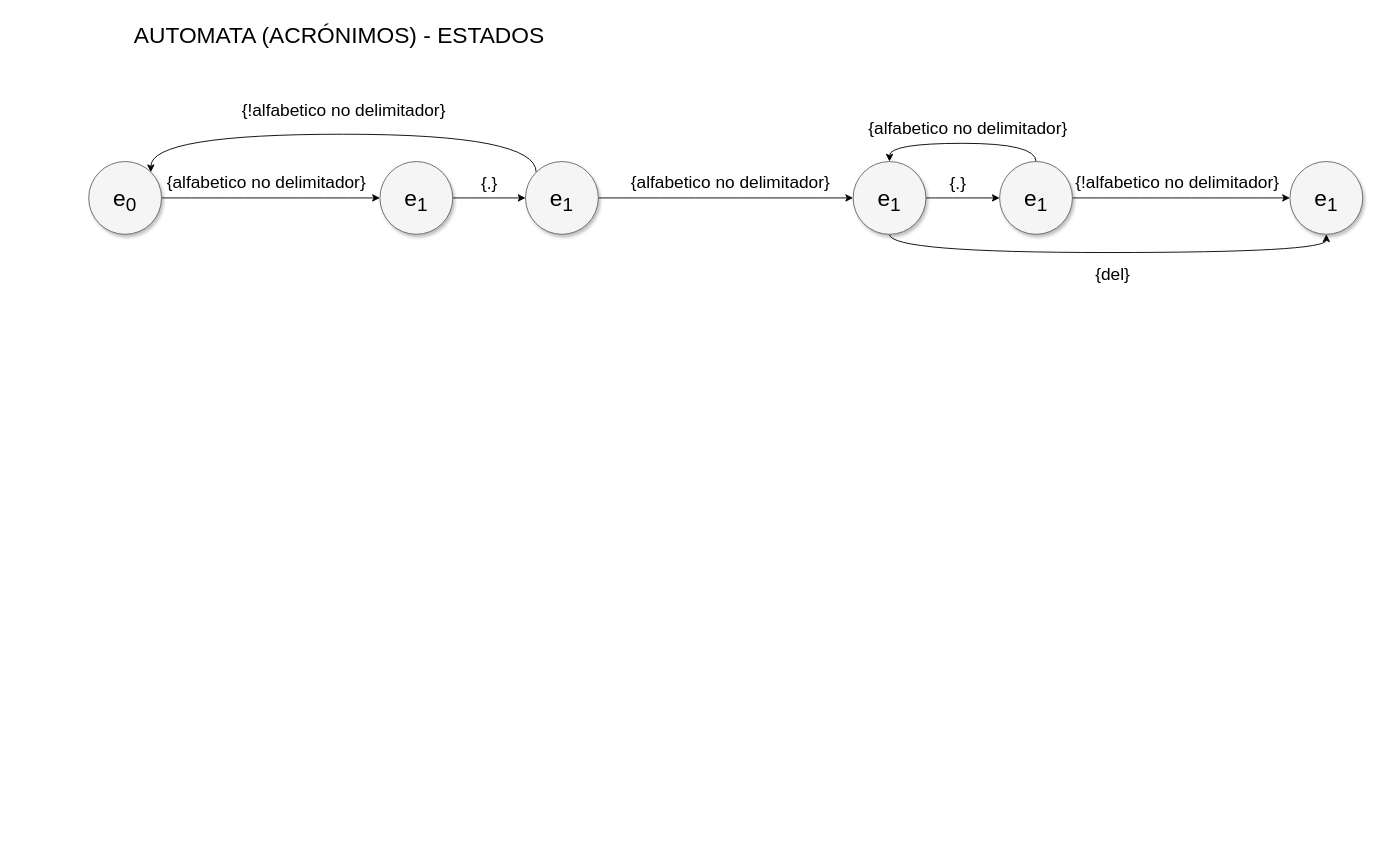
This is page "Acrónimo" (5 of 7) of DiagramaAutomata.drawio from ander-db/Tokenizer, a draw.io file, before an edit. Source tidied: cells renumbered, new cells numbered last; positions are measured from the earlier drawing's top-left corner, leaving out a move shared by most shapes. Both pictures are drawn from the tidied source at 91%, with x=0, y=0 at pixel (88, 15).
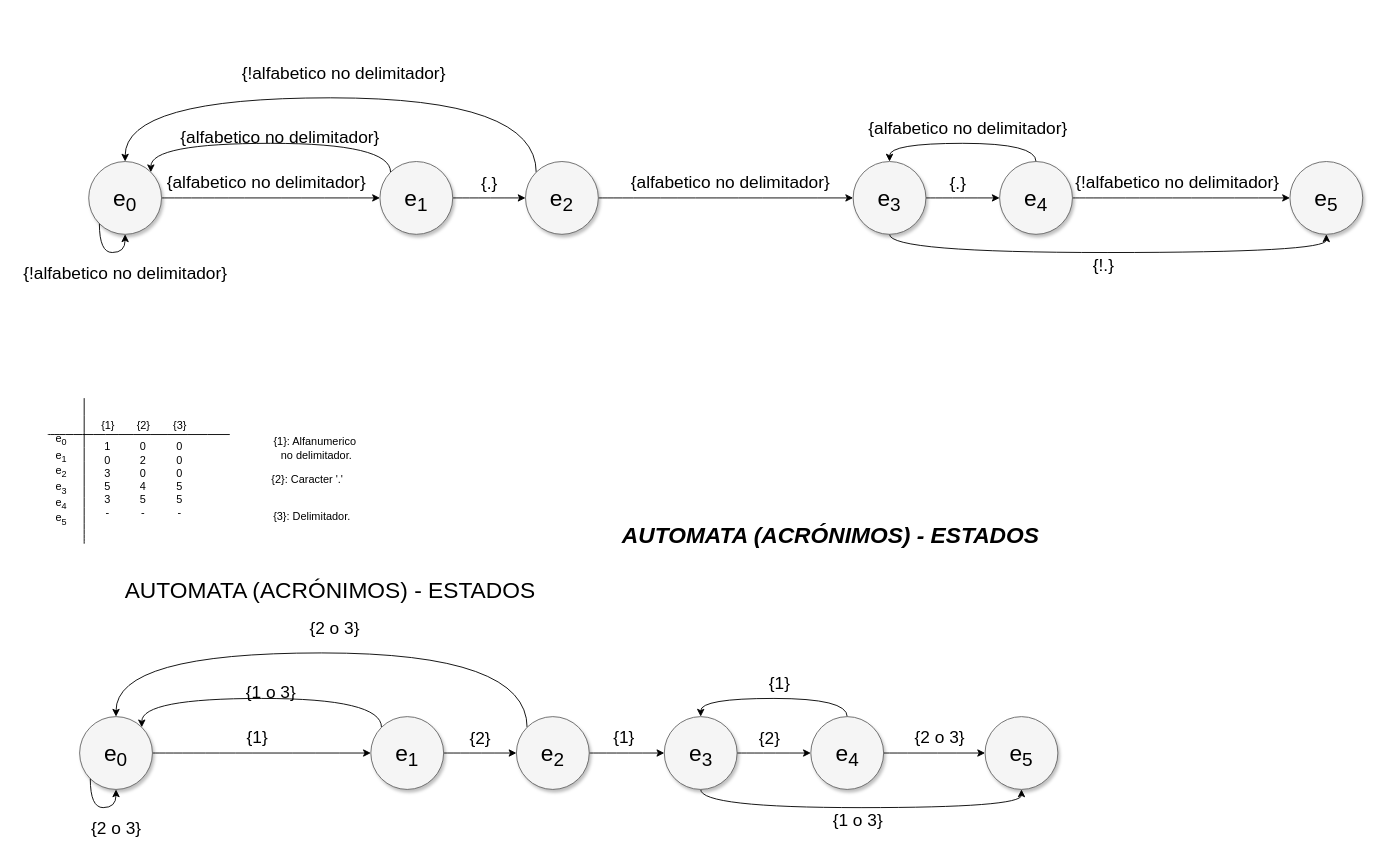
After the change.

Unchanged cells that the change refers to:
```xml
<mxCell id="4" value="&lt;span style=&quot;font-size: 25px&quot;&gt;e&lt;sub&gt;0&lt;/sub&gt;&lt;/span&gt;" style="ellipse;whiteSpace=wrap;html=1;rounded=0;shadow=1;strokeColor=#666666;strokeWidth=1;fontSize=30;align=center;fillColor=#f5f5f5;" parent="1" vertex="1">
  <mxGeometry y="160" width="80" height="80" as="geometry" />
</mxCell>
<mxCell id="6" value="&lt;span style=&quot;font-size: 25px&quot;&gt;e&lt;sub&gt;1&lt;/sub&gt;&lt;/span&gt;" style="ellipse;whiteSpace=wrap;html=1;rounded=0;shadow=1;strokeColor=#666666;strokeWidth=1;fontSize=30;align=center;fillColor=#f5f5f5;" parent="1" vertex="1">
  <mxGeometry x="320" y="160" width="80" height="80" as="geometry" />
</mxCell>
```

Change to the diagram source:
```diff
@@
-    <mxCell id="2" value="AUTOMATA (ACRÓNIMOS) - ESTADOS" style="text;html=1;align=center;verticalAlign=middle;strokeColor=none;fillColor=none;fontSize=25;" parent="1" vertex="1">
-      <mxGeometry x="40" width="470" height="40" as="geometry" />
+    <mxCell id="2" value="&lt;b&gt;&lt;i&gt;AUTOMATA (ACRÓNIMOS) - ESTADOS&lt;/i&gt;&lt;/b&gt;" style="text;html=1;align=center;verticalAlign=middle;strokeColor=none;fillColor=none;fontSize=25;" parent="1" vertex="1">
+      <mxGeometry x="580" y="550" width="470" height="40" as="geometry" />
     </mxCell>
@@
+    <mxCell id="25" style="edgeStyle=orthogonalEdgeStyle;rounded=0;jettySize=auto;html=1;exitX=0;exitY=0;exitDx=0;exitDy=0;entryX=1;entryY=0;entryDx=0;entryDy=0;curved=1;" parent="1" edge="1" source="6" target="4">
+      <mxGeometry relative="1" as="geometry">
+        <Array as="points">
+          <mxPoint x="332" y="140" />
+          <mxPoint x="68" y="140" />
+        </Array>
+      </mxGeometry>
+    </mxCell>
@@
-    <mxCell id="9" style="edgeStyle=orthogonalEdgeStyle;curved=1;rounded=0;jettySize=auto;html=1;exitX=0;exitY=0;exitDx=0;exitDy=0;entryX=1;entryY=0;entryDx=0;entryDy=0;fontSize=19;startArrow=none;startFill=0;endArrow=classic;endFill=1;" parent="1" edge="1" source="10" target="4">
+    <mxCell id="9" style="edgeStyle=orthogonalEdgeStyle;curved=1;rounded=0;jettySize=auto;html=1;exitX=0;exitY=0;exitDx=0;exitDy=0;entryX=0.5;entryY=0;entryDx=0;entryDy=0;fontSize=19;startArrow=none;startFill=0;endArrow=classic;endFill=1;" parent="1" edge="1" source="10" target="4">
       <mxGeometry relative="1" as="geometry">
         <Array as="points">
-          <mxPoint x="492" y="130" />
-          <mxPoint x="68" y="130" />
+          <mxPoint x="492" y="90" />
+          <mxPoint x="40" y="90" />
         </Array>
       </mxGeometry>
     </mxCell>
-    <mxCell id="10" value="&lt;span style=&quot;font-size: 25px&quot;&gt;e&lt;sub&gt;1&lt;/sub&gt;&lt;/span&gt;" style="ellipse;whiteSpace=wrap;html=1;rounded=0;shadow=1;strokeColor=#666666;strokeWidth=1;fontSize=30;align=center;fillColor=#f5f5f5;" parent="1" vertex="1">
+    <mxCell id="10" value="&lt;span style=&quot;font-size: 25px&quot;&gt;e&lt;sub&gt;2&lt;/sub&gt;&lt;/span&gt;" style="ellipse;whiteSpace=wrap;html=1;rounded=0;shadow=1;strokeColor=#666666;strokeWidth=1;fontSize=30;align=center;fillColor=#f5f5f5;" parent="1" vertex="1">
       <mxGeometry x="480" y="160" width="80" height="80" as="geometry" />
     </mxCell>
@@
-    <mxCell id="13" value="&lt;span style=&quot;font-size: 25px&quot;&gt;e&lt;sub&gt;1&lt;/sub&gt;&lt;/span&gt;" style="ellipse;whiteSpace=wrap;html=1;rounded=0;shadow=1;strokeColor=#666666;strokeWidth=1;fontSize=30;align=center;fillColor=#f5f5f5;" parent="1" vertex="1">
+    <mxCell id="13" value="&lt;span style=&quot;font-size: 25px&quot;&gt;e&lt;sub&gt;3&lt;/sub&gt;&lt;/span&gt;" style="ellipse;whiteSpace=wrap;html=1;rounded=0;shadow=1;strokeColor=#666666;strokeWidth=1;fontSize=30;align=center;fillColor=#f5f5f5;" parent="1" vertex="1">
       <mxGeometry x="840" y="160" width="80" height="80" as="geometry" />
     </mxCell>
@@
-    <mxCell id="18" value="&lt;span style=&quot;font-size: 25px&quot;&gt;e&lt;sub&gt;1&lt;/sub&gt;&lt;/span&gt;" style="ellipse;whiteSpace=wrap;html=1;rounded=0;shadow=1;strokeColor=#666666;strokeWidth=1;fontSize=30;align=center;fillColor=#f5f5f5;" parent="1" vertex="1">
+    <mxCell id="18" value="&lt;span style=&quot;font-size: 25px&quot;&gt;e&lt;sub&gt;4&lt;/sub&gt;&lt;/span&gt;" style="ellipse;whiteSpace=wrap;html=1;rounded=0;shadow=1;strokeColor=#666666;strokeWidth=1;fontSize=30;align=center;fillColor=#f5f5f5;" parent="1" vertex="1">
       <mxGeometry x="1001" y="160" width="80" height="80" as="geometry" />
     </mxCell>
@@
-    <mxCell id="21" value="&lt;span style=&quot;font-size: 25px&quot;&gt;e&lt;sub&gt;1&lt;/sub&gt;&lt;/span&gt;" style="ellipse;whiteSpace=wrap;html=1;rounded=0;shadow=1;strokeColor=#666666;strokeWidth=1;fontSize=30;align=center;fillColor=#f5f5f5;" parent="1" vertex="1">
+    <mxCell id="21" value="&lt;span style=&quot;font-size: 25px&quot;&gt;e&lt;sub&gt;5&lt;/sub&gt;&lt;/span&gt;" style="ellipse;whiteSpace=wrap;html=1;rounded=0;shadow=1;strokeColor=#666666;strokeWidth=1;fontSize=30;align=center;fillColor=#f5f5f5;" parent="1" vertex="1">
       <mxGeometry x="1320" y="160" width="80" height="80" as="geometry" />
     </mxCell>
-    <mxCell id="22" value="{del}" style="text;html=1;align=center;verticalAlign=middle;strokeColor=none;fillColor=none;fontSize=19;" parent="1" vertex="1">
-      <mxGeometry x="1100" y="270" width="50" height="30" as="geometry" />
+    <mxCell id="22" value="{!.}" style="text;html=1;align=center;verticalAlign=middle;strokeColor=none;fillColor=none;fontSize=19;" parent="1" vertex="1">
+      <mxGeometry x="1095" y="260" width="40" height="30" as="geometry" />
     </mxCell>
@@
     <mxCell id="24" value="&lt;font style=&quot;font-size: 19px&quot;&gt;{!alfabetico no delimitador}&lt;/font&gt;" style="text;html=1;align=center;verticalAlign=middle;strokeColor=none;fillColor=none;fontSize=25;" parent="1" vertex="1">
-      <mxGeometry x="160" y="80" width="240" height="40" as="geometry" />
+      <mxGeometry x="160" y="40" width="240" height="40" as="geometry" />
     </mxCell>
+    <mxCell id="26" value="&lt;font style=&quot;font-size: 19px&quot;&gt;{alfabetico no delimitador}&lt;/font&gt;" style="text;html=1;align=center;verticalAlign=middle;strokeColor=none;fillColor=none;fontSize=25;" parent="1" vertex="1">
+      <mxGeometry x="95" y="110" width="230" height="40" as="geometry" />
+    </mxCell>
+    <mxCell id="27" value="e&lt;sub&gt;0&lt;/sub&gt;&lt;br&gt;e&lt;sub&gt;1&lt;/sub&gt;&lt;br&gt;e&lt;sub&gt;2&lt;/sub&gt;&lt;br&gt;e&lt;sub&gt;3&lt;/sub&gt;&lt;br&gt;e&lt;sub&gt;4&lt;/sub&gt;&lt;br&gt;e&lt;sub&gt;5&lt;/sub&gt;" style="text;html=1;strokeColor=none;fillColor=none;align=center;verticalAlign=middle;whiteSpace=wrap;rounded=0;" parent="1" vertex="1">
+      <mxGeometry x="-45" y="460" width="30" height="100" as="geometry" />
+    </mxCell>
+    <mxCell id="28" style="endArrow=none;html=1;rounded=0;curved=1;" parent="1" edge="1">
+      <mxGeometry relative="1" as="geometry">
+        <mxPoint x="-45" y="460" as="sourcePoint" />
+        <mxPoint x="155" y="460" as="targetPoint" />
+      </mxGeometry>
+    </mxCell>
+    <mxCell id="29" value="1&lt;br&gt;0&lt;br&gt;3&lt;br&gt;5&lt;br&gt;3&lt;br&gt;-" style="text;html=1;strokeColor=none;fillColor=none;align=center;verticalAlign=middle;whiteSpace=wrap;rounded=0;" parent="1" vertex="1">
+      <mxGeometry x="6" y="460" width="30" height="100" as="geometry" />
+    </mxCell>
+    <mxCell id="30" style="endArrow=none;html=1;rounded=0;curved=1;" parent="1" edge="1">
+      <mxGeometry relative="1" as="geometry">
+        <mxPoint x="-5" y="580" as="sourcePoint" />
+        <mxPoint x="-5" y="420" as="targetPoint" />
+      </mxGeometry>
+    </mxCell>
+    <mxCell id="31" value="0&lt;br&gt;2&lt;br&gt;0&lt;br&gt;4&lt;br&gt;5&lt;br&gt;-" style="text;html=1;strokeColor=none;fillColor=none;align=center;verticalAlign=middle;whiteSpace=wrap;rounded=0;" parent="1" vertex="1">
+      <mxGeometry x="45" y="460" width="30" height="100" as="geometry" />
+    </mxCell>
+    <mxCell id="32" value="0&lt;br&gt;0&lt;br&gt;0&lt;br&gt;5&lt;br&gt;5&lt;br&gt;-" style="text;html=1;strokeColor=none;fillColor=none;align=center;verticalAlign=middle;whiteSpace=wrap;rounded=0;" parent="1" vertex="1">
+      <mxGeometry x="85" y="460" width="30" height="100" as="geometry" />
+    </mxCell>
+    <mxCell id="33" value="{1}" style="text;html=1;align=center;verticalAlign=middle;strokeColor=none;fillColor=none;" parent="1" vertex="1">
+      <mxGeometry x="6" y="440" width="30" height="20" as="geometry" />
+    </mxCell>
+    <mxCell id="34" value="{2}" style="text;html=1;align=center;verticalAlign=middle;strokeColor=none;fillColor=none;" parent="1" vertex="1">
+      <mxGeometry x="45" y="440" width="30" height="20" as="geometry" />
+    </mxCell>
+    <mxCell id="35" value="{3}" style="text;html=1;align=center;verticalAlign=middle;strokeColor=none;fillColor=none;" parent="1" vertex="1">
+      <mxGeometry x="85" y="440" width="30" height="20" as="geometry" />
+    </mxCell>
+    <mxCell id="36" value="{1}: Alfanumerico&amp;nbsp;&lt;br&gt;no delimitador." style="text;html=1;align=center;verticalAlign=middle;strokeColor=none;fillColor=none;" parent="1" vertex="1">
+      <mxGeometry x="195" y="460" width="110" height="30" as="geometry" />
+    </mxCell>
+    <mxCell id="37" style="edgeStyle=orthogonalEdgeStyle;curved=1;rounded=0;orthogonalLoop=1;jettySize=auto;html=1;exitX=0;exitY=1;exitDx=0;exitDy=0;entryX=0.5;entryY=1;entryDx=0;entryDy=0;" parent="1" edge="1" source="4" target="4">
+      <mxGeometry relative="1" as="geometry">
+        <Array as="points">
+          <mxPoint x="12" y="260" />
+          <mxPoint x="40" y="260" />
+        </Array>
+      </mxGeometry>
+    </mxCell>
+    <mxCell id="38" value="&lt;font style=&quot;font-size: 19px&quot;&gt;{!alfabetico no delimitador}&lt;/font&gt;" style="text;html=1;align=center;verticalAlign=middle;strokeColor=none;fillColor=none;fontSize=25;" parent="1" vertex="1">
+      <mxGeometry x="-80" y="260" width="240" height="40" as="geometry" />
+    </mxCell>
+    <mxCell id="39" value="{2}: Caracter '.'" style="text;html=1;align=center;verticalAlign=middle;strokeColor=none;fillColor=none;" parent="1" vertex="1">
+      <mxGeometry x="195" y="500" width="90" height="20" as="geometry" />
+    </mxCell>
+    <mxCell id="40" value="{3}: Delimitador." style="text;html=1;align=center;verticalAlign=middle;strokeColor=none;fillColor=none;" parent="1" vertex="1">
+      <mxGeometry x="195" y="540" width="100" height="20" as="geometry" />
+    </mxCell>
+    <mxCell id="41" value="AUTOMATA (ACRÓNIMOS) - ESTADOS" style="text;html=1;align=center;verticalAlign=middle;strokeColor=none;fillColor=none;fontSize=25;" parent="1" vertex="1">
+      <mxGeometry x="30" y="610" width="470" height="40" as="geometry" />
+    </mxCell>
+    <mxCell id="42" style="edgeStyle=orthogonalEdgeStyle;curved=1;rounded=0;jettySize=auto;html=1;exitX=1;exitY=0.5;exitDx=0;exitDy=0;entryX=0;entryY=0.5;entryDx=0;entryDy=0;fontSize=25;startArrow=none;startFill=0;endArrow=classic;endFill=1;" parent="1" edge="1" source="43" target="46">
+      <mxGeometry relative="1" as="geometry" />
+    </mxCell>
+    <mxCell id="43" value="&lt;span style=&quot;font-size: 25px&quot;&gt;e&lt;sub&gt;0&lt;/sub&gt;&lt;/span&gt;" style="ellipse;whiteSpace=wrap;html=1;rounded=0;shadow=1;strokeColor=#666666;strokeWidth=1;fontSize=30;align=center;fillColor=#f5f5f5;" parent="1" vertex="1">
+      <mxGeometry x="-10" y="770" width="80" height="80" as="geometry" />
+    </mxCell>
+    <mxCell id="44" style="edgeStyle=orthogonalEdgeStyle;curved=1;rounded=0;jettySize=auto;html=1;exitX=1;exitY=0.5;exitDx=0;exitDy=0;entryX=0;entryY=0.5;entryDx=0;entryDy=0;fontSize=19;startArrow=none;startFill=0;endArrow=classic;endFill=1;" parent="1" edge="1" source="46" target="50">
+      <mxGeometry relative="1" as="geometry" />
+    </mxCell>
+    <mxCell id="45" style="edgeStyle=orthogonalEdgeStyle;rounded=0;jettySize=auto;html=1;exitX=0;exitY=0;exitDx=0;exitDy=0;entryX=1;entryY=0;entryDx=0;entryDy=0;curved=1;" parent="1" edge="1" source="46" target="43">
+      <mxGeometry relative="1" as="geometry">
+        <Array as="points">
+          <mxPoint x="322" y="750" />
+          <mxPoint x="58" y="750" />
+        </Array>
+      </mxGeometry>
+    </mxCell>
+    <mxCell id="46" value="&lt;span style=&quot;font-size: 25px&quot;&gt;e&lt;sub&gt;1&lt;/sub&gt;&lt;/span&gt;" style="ellipse;whiteSpace=wrap;html=1;rounded=0;shadow=1;strokeColor=#666666;strokeWidth=1;fontSize=30;align=center;fillColor=#f5f5f5;" parent="1" vertex="1">
+      <mxGeometry x="310" y="770" width="80" height="80" as="geometry" />
+    </mxCell>
+    <mxCell id="47" value="&lt;font style=&quot;font-size: 19px&quot;&gt;{1}&lt;/font&gt;" style="text;html=1;align=center;verticalAlign=middle;strokeColor=none;fillColor=none;fontSize=25;" parent="1" vertex="1">
+      <mxGeometry x="165" y="770" width="40" height="40" as="geometry" />
+    </mxCell>
+    <mxCell id="48" style="edgeStyle=orthogonalEdgeStyle;curved=1;rounded=0;jettySize=auto;html=1;exitX=1;exitY=0.5;exitDx=0;exitDy=0;entryX=0;entryY=0.5;entryDx=0;entryDy=0;fontSize=19;startArrow=none;startFill=0;endArrow=classic;endFill=1;" parent="1" edge="1" source="50" target="53">
+      <mxGeometry relative="1" as="geometry" />
+    </mxCell>
+    <mxCell id="49" style="edgeStyle=orthogonalEdgeStyle;curved=1;rounded=0;jettySize=auto;html=1;exitX=0;exitY=0;exitDx=0;exitDy=0;entryX=0.5;entryY=0;entryDx=0;entryDy=0;fontSize=19;startArrow=none;startFill=0;endArrow=classic;endFill=1;" parent="1" edge="1" source="50" target="43">
+      <mxGeometry relative="1" as="geometry">
+        <Array as="points">
+          <mxPoint x="482" y="700" />
+          <mxPoint x="30" y="700" />
+        </Array>
+      </mxGeometry>
+    </mxCell>
+    <mxCell id="50" value="&lt;span style=&quot;font-size: 25px&quot;&gt;e&lt;sub&gt;2&lt;/sub&gt;&lt;/span&gt;" style="ellipse;whiteSpace=wrap;html=1;rounded=0;shadow=1;strokeColor=#666666;strokeWidth=1;fontSize=30;align=center;fillColor=#f5f5f5;" parent="1" vertex="1">
+      <mxGeometry x="470" y="770" width="80" height="80" as="geometry" />
+    </mxCell>
+    <mxCell id="51" style="edgeStyle=orthogonalEdgeStyle;curved=1;rounded=0;jettySize=auto;html=1;exitX=1;exitY=0.5;exitDx=0;exitDy=0;entryX=0;entryY=0.5;entryDx=0;entryDy=0;fontSize=19;startArrow=none;startFill=0;endArrow=classic;endFill=1;" parent="1" edge="1" source="53" target="58">
+      <mxGeometry relative="1" as="geometry" />
+    </mxCell>
+    <mxCell id="52" style="edgeStyle=orthogonalEdgeStyle;curved=1;rounded=0;jettySize=auto;html=1;exitX=0.5;exitY=1;exitDx=0;exitDy=0;entryX=0.5;entryY=1;entryDx=0;entryDy=0;fontSize=19;startArrow=none;startFill=0;endArrow=classic;endFill=1;" parent="1" edge="1" source="53" target="61">
+      <mxGeometry relative="1" as="geometry" />
+    </mxCell>
+    <mxCell id="53" value="&lt;span style=&quot;font-size: 25px&quot;&gt;e&lt;sub&gt;3&lt;/sub&gt;&lt;/span&gt;" style="ellipse;whiteSpace=wrap;html=1;rounded=0;shadow=1;strokeColor=#666666;strokeWidth=1;fontSize=30;align=center;fillColor=#f5f5f5;" parent="1" vertex="1">
+      <mxGeometry x="632.5" y="770" width="80" height="80" as="geometry" />
+    </mxCell>
+    <mxCell id="54" value="{2}" style="text;html=1;align=center;verticalAlign=middle;strokeColor=none;fillColor=none;fontSize=19;" parent="1" vertex="1">
+      <mxGeometry x="410" y="780" width="40" height="30" as="geometry" />
+    </mxCell>
+    <mxCell id="55" value="&lt;font style=&quot;font-size: 19px&quot;&gt;{1}&lt;/font&gt;" style="text;html=1;align=center;verticalAlign=middle;strokeColor=none;fillColor=none;fontSize=25;" parent="1" vertex="1">
+      <mxGeometry x="567.5" y="770" width="40" height="40" as="geometry" />
+    </mxCell>
+    <mxCell id="56" style="edgeStyle=orthogonalEdgeStyle;curved=1;rounded=0;jettySize=auto;html=1;exitX=0.5;exitY=0;exitDx=0;exitDy=0;entryX=0.5;entryY=0;entryDx=0;entryDy=0;fontSize=19;startArrow=none;startFill=0;endArrow=classic;endFill=1;" parent="1" edge="1" source="58" target="53">
+      <mxGeometry relative="1" as="geometry" />
+    </mxCell>
+    <mxCell id="57" style="edgeStyle=orthogonalEdgeStyle;curved=1;rounded=0;jettySize=auto;html=1;exitX=1;exitY=0.5;exitDx=0;exitDy=0;entryX=0;entryY=0.5;entryDx=0;entryDy=0;fontSize=19;startArrow=none;startFill=0;endArrow=classic;endFill=1;" parent="1" edge="1" source="58" target="61">
+      <mxGeometry relative="1" as="geometry" />
+    </mxCell>
+    <mxCell id="58" value="&lt;span style=&quot;font-size: 25px&quot;&gt;e&lt;sub&gt;4&lt;/sub&gt;&lt;/span&gt;" style="ellipse;whiteSpace=wrap;html=1;rounded=0;shadow=1;strokeColor=#666666;strokeWidth=1;fontSize=30;align=center;fillColor=#f5f5f5;" parent="1" vertex="1">
+      <mxGeometry x="793.5" y="770" width="80" height="80" as="geometry" />
+    </mxCell>
+    <mxCell id="59" value="{2}" style="text;html=1;align=center;verticalAlign=middle;strokeColor=none;fillColor=none;fontSize=19;" parent="1" vertex="1">
+      <mxGeometry x="727.5" y="780" width="40" height="30" as="geometry" />
+    </mxCell>
+    <mxCell id="60" value="&lt;font style=&quot;font-size: 19px&quot;&gt;{1}&lt;/font&gt;" style="text;html=1;align=center;verticalAlign=middle;strokeColor=none;fillColor=none;fontSize=25;" parent="1" vertex="1">
+      <mxGeometry x="738.5" y="710" width="40" height="40" as="geometry" />
+    </mxCell>
+    <mxCell id="61" value="&lt;span style=&quot;font-size: 25px&quot;&gt;e&lt;sub&gt;5&lt;/sub&gt;&lt;/span&gt;" style="ellipse;whiteSpace=wrap;html=1;rounded=0;shadow=1;strokeColor=#666666;strokeWidth=1;fontSize=30;align=center;fillColor=#f5f5f5;" parent="1" vertex="1">
+      <mxGeometry x="985" y="770" width="80" height="80" as="geometry" />
+    </mxCell>
+    <mxCell id="62" value="{1 o 3}" style="text;html=1;align=center;verticalAlign=middle;strokeColor=none;fillColor=none;fontSize=19;" parent="1" vertex="1">
+      <mxGeometry x="810" y="870" width="70" height="30" as="geometry" />
+    </mxCell>
+    <mxCell id="63" value="&lt;font style=&quot;font-size: 19px&quot;&gt;{2 o 3}&lt;/font&gt;" style="text;html=1;align=center;verticalAlign=middle;strokeColor=none;fillColor=none;fontSize=25;" parent="1" vertex="1">
+      <mxGeometry x="900" y="770" width="70" height="40" as="geometry" />
+    </mxCell>
+    <mxCell id="64" value="&lt;font style=&quot;font-size: 19px&quot;&gt;{2 o 3}&lt;/font&gt;" style="text;html=1;align=center;verticalAlign=middle;strokeColor=none;fillColor=none;fontSize=25;" parent="1" vertex="1">
+      <mxGeometry x="235" y="650" width="70" height="40" as="geometry" />
+    </mxCell>
+    <mxCell id="65" value="&lt;font style=&quot;font-size: 19px&quot;&gt;{1 o 3}&lt;/font&gt;" style="text;html=1;align=center;verticalAlign=middle;strokeColor=none;fillColor=none;fontSize=25;" parent="1" vertex="1">
+      <mxGeometry x="165" y="720" width="70" height="40" as="geometry" />
+    </mxCell>
+    <mxCell id="66" style="edgeStyle=orthogonalEdgeStyle;curved=1;rounded=0;orthogonalLoop=1;jettySize=auto;html=1;exitX=0;exitY=1;exitDx=0;exitDy=0;entryX=0.5;entryY=1;entryDx=0;entryDy=0;" parent="1" edge="1" source="43" target="43">
+      <mxGeometry relative="1" as="geometry">
+        <Array as="points">
+          <mxPoint x="2" y="870" />
+          <mxPoint x="30" y="870" />
+        </Array>
+      </mxGeometry>
+    </mxCell>
+    <mxCell id="67" value="&lt;font style=&quot;font-size: 19px&quot;&gt;{2 o 3}&lt;/font&gt;" style="text;html=1;align=center;verticalAlign=middle;strokeColor=none;fillColor=none;fontSize=25;" parent="1" vertex="1">
+      <mxGeometry x="-5" y="870" width="70" height="40" as="geometry" />
+    </mxCell>
```
